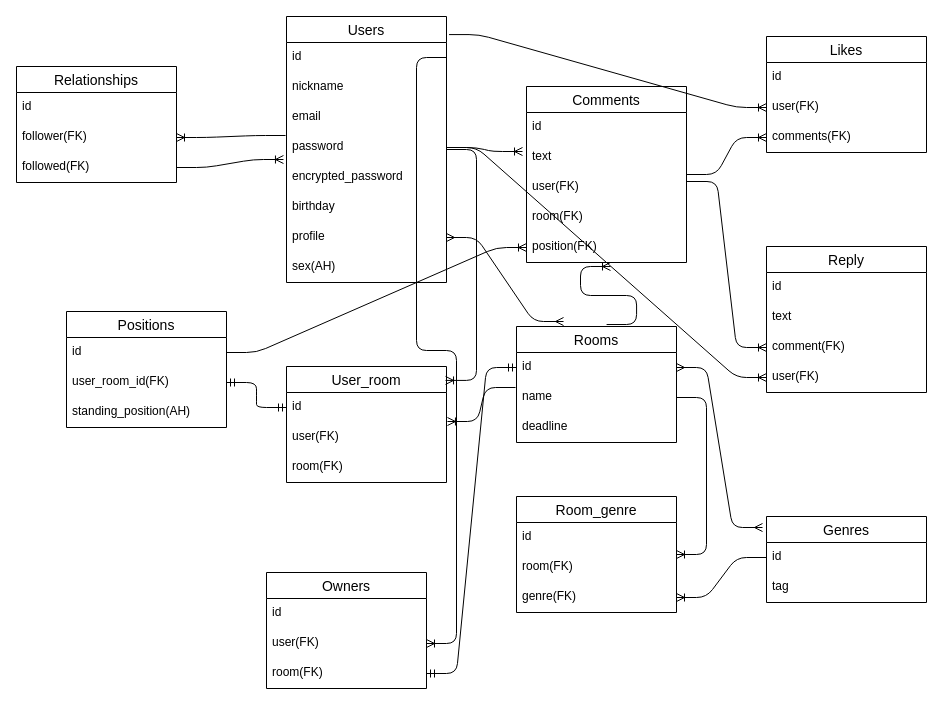
Earlier version of the draw.io diagram ER図.dio (harukicode0/discussion_app_2022). Source tidied: cells renumbered, new cells numbered last; positions are measured from the earlier drawing's top-left corner, leaving out a move shared by most shapes. Both pictures are drawn from the tidied source at 100%, with x=0, y=0 at pixel (16, 16).
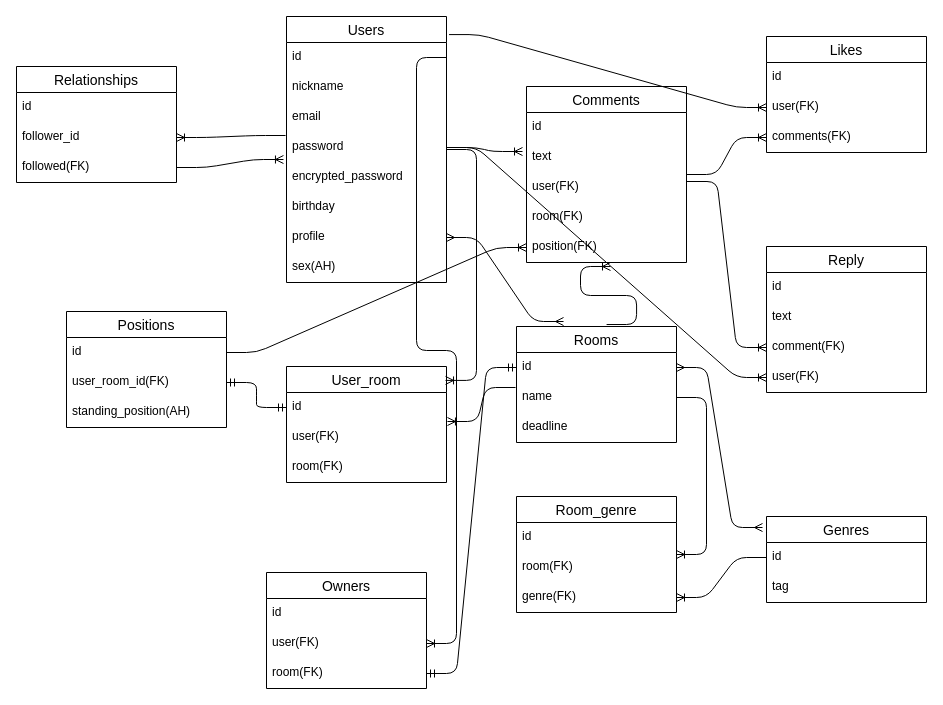
After the change.

Unchanged cells that the change refers to:
```xml
<mxCell id="16" value="Relationships" style="swimlane;fontStyle=0;horizontal=1;startSize=26;align=center;fontSize=14;" parent="1" vertex="1">
  <mxGeometry y="50" width="160" height="116" as="geometry" />
</mxCell>
```

The edit, as a diff of the source:
```diff
@@
-    <mxCell id="18" value="follower(FK)" style="text;strokeColor=none;fillColor=none;spacingLeft=4;spacingRight=4;overflow=hidden;points=[[0,0.5],[1,0.5]];portConstraint=eastwest;fontSize=12;" parent="16" vertex="1">
+    <mxCell id="18" value="follower_id" style="text;strokeColor=none;fillColor=none;spacingLeft=4;spacingRight=4;overflow=hidden;points=[[0,0.5],[1,0.5]];portConstraint=eastwest;fontSize=12;" parent="16" vertex="1">
       <mxGeometry y="56" width="160" height="30" as="geometry" />
     </mxCell>
```
